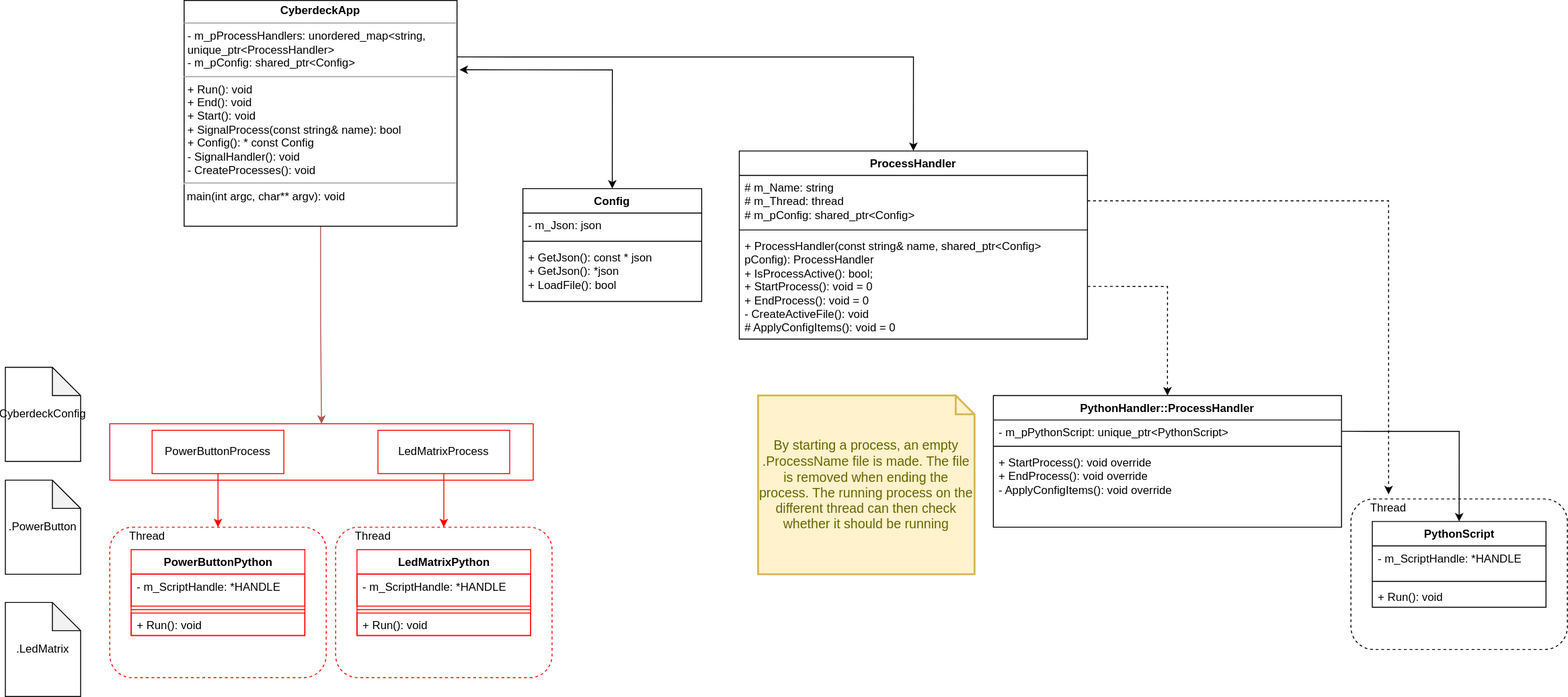
Earlier version of the draw.io export Cyberdeck-UML.drawio.svg (WouterServaes/CyberdeckProject). Source tidied: cells renumbered, new cells last; positions are measured from the earlier drawing's top-left corner, leaving out a move shared by most shapes.
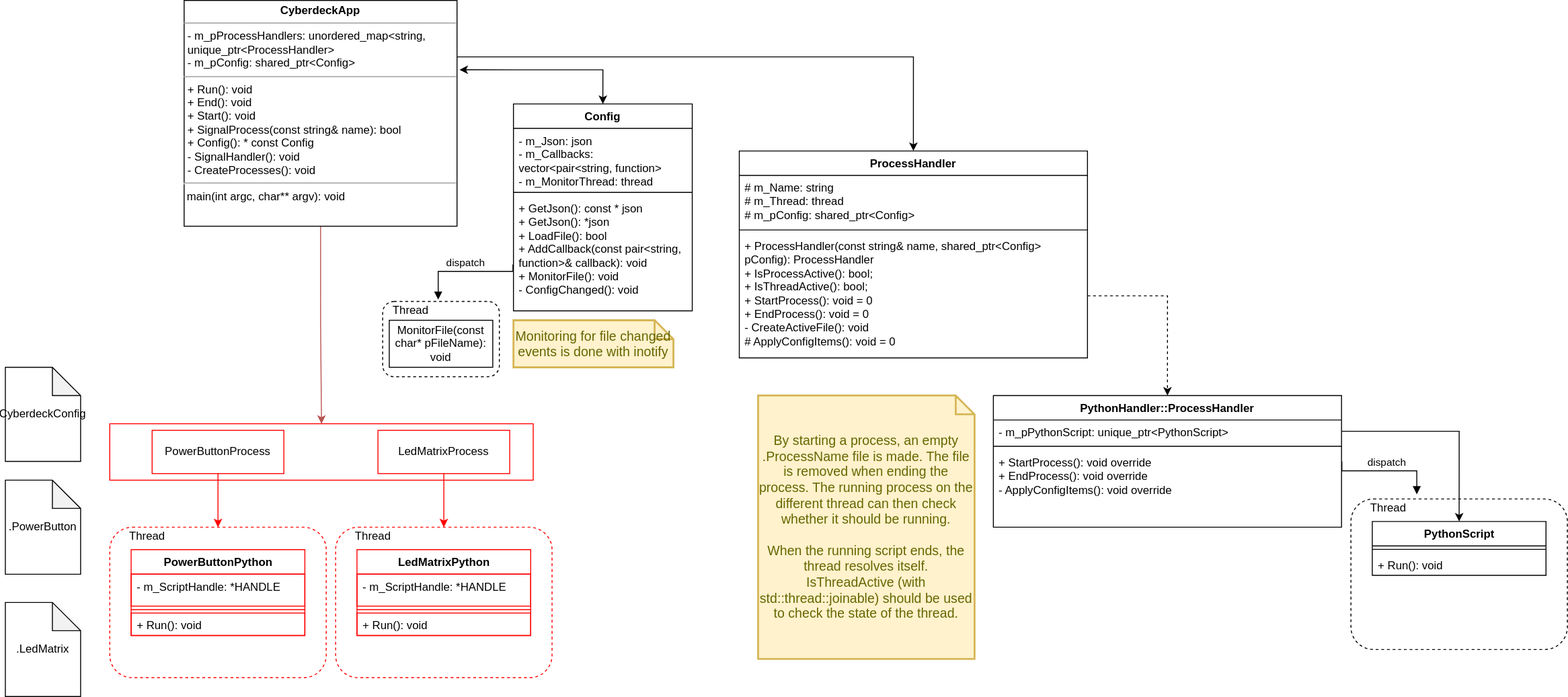
After the commit.

What changed in the source:
```diff
@@ -12,7 +12,7 @@
       <mxGeometry x="190" width="290" height="240" as="geometry" />
     </mxCell>
     <mxCell id="5" value="ProcessHandler" style="swimlane;fontStyle=1;align=center;verticalAlign=top;horizontal=1;startSize=26;whiteSpace=wrap;html=1;" parent="1" vertex="1">
-      <mxGeometry x="780" y="160" width="370" height="200" as="geometry" />
+      <mxGeometry x="780" y="160" width="370" height="220" as="geometry" />
     </mxCell>
     <mxCell id="6" value="&lt;div&gt;# m_Name: string&lt;/div&gt;&lt;div&gt;# m_Thread: thread&lt;/div&gt;&lt;div&gt;# m_pConfig: shared_ptr&amp;lt;Config&amp;gt;&lt;/div&gt;" style="text;strokeColor=none;fillColor=none;align=left;verticalAlign=top;spacingLeft=4;spacingRight=4;overflow=hidden;points=[[0,0.5],[1,0.5]];portConstraint=eastwest;whiteSpace=wrap;html=1;" parent="5" vertex="1">
       <mxGeometry y="26" width="370" height="54" as="geometry" />
@@ -20,23 +20,20 @@
     <mxCell id="7" style="line;strokeWidth=1;fillColor=none;align=left;verticalAlign=middle;spacingTop=-1;spacingLeft=3;spacingRight=3;labelPosition=right;strokeColor=inherit;" parent="5" vertex="1">
       <mxGeometry y="80" width="370" height="8" as="geometry" />
     </mxCell>
-    <mxCell id="8" value="&lt;div&gt;+ ProcessHandler(const string&amp;amp; name, shared_ptr&amp;lt;Config&amp;gt; pConfig): ProcessHandler&lt;/div&gt;&lt;div&gt;+ IsProcessActive(): bool;&lt;br&gt;&lt;/div&gt;&lt;div&gt;+ StartProcess(): void = 0&lt;br&gt;&lt;/div&gt;&lt;div&gt;+ EndProcess(): void = 0&lt;/div&gt;&lt;div&gt;- CreateActiveFile(): void&lt;br&gt;&lt;/div&gt;&lt;div&gt;# ApplyConfigItems(): void = 0&lt;br&gt;&lt;/div&gt;&lt;div&gt;&lt;br&gt;&lt;/div&gt;" style="text;strokeColor=none;fillColor=none;align=left;verticalAlign=top;spacingLeft=4;spacingRight=4;overflow=hidden;points=[[0,0.5],[1,0.5]];portConstraint=eastwest;whiteSpace=wrap;html=1;" parent="5" vertex="1">
-      <mxGeometry y="88" width="370" height="112" as="geometry" />
+    <mxCell id="8" value="&lt;div&gt;+ ProcessHandler(const string&amp;amp; name, shared_ptr&amp;lt;Config&amp;gt; pConfig): ProcessHandler&lt;/div&gt;&lt;div&gt;+ IsProcessActive(): bool;&lt;/div&gt;&lt;div&gt;+ IsThreadActive(): bool;&lt;br&gt;&lt;/div&gt;&lt;div&gt;+ StartProcess(): void = 0&lt;br&gt;&lt;/div&gt;&lt;div&gt;+ EndProcess(): void = 0&lt;/div&gt;&lt;div&gt;- CreateActiveFile(): void&lt;br&gt;&lt;/div&gt;&lt;div&gt;# ApplyConfigItems(): void = 0&lt;br&gt;&lt;/div&gt;&lt;div&gt;&lt;br&gt;&lt;/div&gt;" style="text;strokeColor=none;fillColor=none;align=left;verticalAlign=top;spacingLeft=4;spacingRight=4;overflow=hidden;points=[[0,0.5],[1,0.5]];portConstraint=eastwest;whiteSpace=wrap;html=1;" parent="5" vertex="1">
+      <mxGeometry y="88" width="370" height="132" as="geometry" />
     </mxCell>
     <mxCell id="9" style="rounded=1;whiteSpace=wrap;html=1;fillColor=none;dashed=1;" parent="1" vertex="1">
       <mxGeometry x="1430" y="530" width="230" height="160" as="geometry" />
     </mxCell>
     <mxCell id="10" value="PythonScript" style="swimlane;fontStyle=1;align=center;verticalAlign=top;horizontal=1;startSize=26;whiteSpace=wrap;html=1;" parent="9" vertex="1">
-      <mxGeometry x="22.7" y="23.9" width="184.6" height="91.3" as="geometry" />
+      <mxGeometry x="22.7" y="23.9" width="184.6" height="57.3" as="geometry" />
     </mxCell>
-    <mxCell id="11" value="- m_ScriptHandle: *HANDLE" style="text;strokeColor=none;fillColor=none;align=left;verticalAlign=top;spacingLeft=4;spacingRight=4;overflow=hidden;whiteSpace=wrap;html=1;" parent="10" vertex="1">
-      <mxGeometry y="26" width="184.6" height="34" as="geometry" />
-    </mxCell>
     <mxCell id="12" style="line;strokeWidth=1;fillColor=none;align=left;verticalAlign=middle;spacingTop=-1;spacingLeft=3;spacingRight=3;labelPosition=right;strokeColor=inherit;" parent="10" vertex="1">
-      <mxGeometry y="60" width="184.6" height="7.4" as="geometry" />
+      <mxGeometry y="26" width="184.6" height="7.4" as="geometry" />
     </mxCell>
     <mxCell id="13" value="+ Run(): void" style="text;strokeColor=none;fillColor=none;align=left;verticalAlign=top;spacingLeft=4;spacingRight=4;overflow=hidden;whiteSpace=wrap;html=1;" parent="10" vertex="1">
-      <mxGeometry y="67.4" width="184.6" height="23.9" as="geometry" />
+      <mxGeometry y="33.4" width="184.6" height="23.9" as="geometry" />
     </mxCell>
     <mxCell id="14" value="Thread" style="text;html=1;strokeColor=none;fillColor=none;align=center;verticalAlign=middle;whiteSpace=wrap;rounded=0;" parent="9" vertex="1">
       <mxGeometry x="10" y="-5" width="60" height="30" as="geometry" />
@@ -57,23 +54,20 @@
       <mxGeometry relative="1" as="geometry" />
     </mxCell>
     <mxCell id="20" value="Config" style="swimlane;fontStyle=1;align=center;verticalAlign=top;horizontal=1;startSize=26;whiteSpace=wrap;html=1;" parent="1" vertex="1">
-      <mxGeometry x="550" y="200" width="190" height="120" as="geometry" />
+      <mxGeometry x="540" y="110" width="190" height="220" as="geometry" />
     </mxCell>
-    <mxCell id="21" value="- m_Json: json" style="text;strokeColor=none;fillColor=none;align=left;verticalAlign=top;spacingLeft=4;spacingRight=4;overflow=hidden;whiteSpace=wrap;html=1;" parent="20" vertex="1">
-      <mxGeometry y="26" width="190" height="26" as="geometry" />
+    <mxCell id="21" value="&lt;div&gt;- m_Json: json&lt;/div&gt;&lt;div&gt;- m_Callbacks: vector&amp;lt;pair&amp;lt;string, function&amp;gt;&lt;/div&gt;&lt;div&gt;- m_MonitorThread: thread&lt;br&gt;&lt;/div&gt;" style="text;strokeColor=none;fillColor=none;align=left;verticalAlign=top;spacingLeft=4;spacingRight=4;overflow=hidden;whiteSpace=wrap;html=1;" parent="20" vertex="1">
+      <mxGeometry y="26" width="190" height="64" as="geometry" />
     </mxCell>
     <mxCell id="22" style="line;strokeWidth=1;fillColor=none;align=left;verticalAlign=middle;spacingTop=-1;spacingLeft=3;spacingRight=3;labelPosition=right;strokeColor=inherit;" parent="20" vertex="1">
-      <mxGeometry y="52" width="190" height="8" as="geometry" />
+      <mxGeometry y="90" width="190" height="8" as="geometry" />
     </mxCell>
-    <mxCell id="23" value="&lt;div&gt;+ GetJson(): const * json&lt;/div&gt;&lt;div&gt;+ GetJson(): *json&lt;/div&gt;&lt;div&gt;+ LoadFile(): bool&lt;/div&gt;&lt;div&gt;&lt;br&gt;&lt;/div&gt;&lt;div&gt;&lt;br&gt;&lt;/div&gt;" style="text;strokeColor=none;fillColor=none;align=left;verticalAlign=top;spacingLeft=4;spacingRight=4;overflow=hidden;whiteSpace=wrap;html=1;" parent="20" vertex="1">
-      <mxGeometry y="60" width="190" height="60" as="geometry" />
+    <mxCell id="23" value="&lt;div&gt;+ GetJson(): const * json&lt;/div&gt;&lt;div&gt;+ GetJson(): *json&lt;/div&gt;&lt;div&gt;+ LoadFile(): bool&lt;/div&gt;&lt;div&gt;+ AddCallback(const pair&amp;lt;string, function&amp;gt;&amp;amp; callback): void&lt;/div&gt;&lt;div&gt;+ MonitorFile(): void&lt;br&gt;&lt;/div&gt;&lt;div&gt;- ConfigChanged(): void&lt;br&gt;&lt;/div&gt;&lt;div&gt;&lt;br&gt;&lt;/div&gt;&lt;div&gt;&lt;br&gt;&lt;/div&gt;" style="text;strokeColor=none;fillColor=none;align=left;verticalAlign=top;spacingLeft=4;spacingRight=4;overflow=hidden;whiteSpace=wrap;html=1;" parent="20" vertex="1">
+      <mxGeometry y="98" width="190" height="122" as="geometry" />
     </mxCell>
     <mxCell id="24" style="edgeStyle=orthogonalEdgeStyle;rounded=0;jettySize=auto;html=1;exitX=1;exitY=0.5;exitDx=0;exitDy=0;entryX=0.5;entryY=0;entryDx=0;entryDy=0;dashed=1;" parent="1" edge="1" source="8" target="15">
       <mxGeometry relative="1" as="geometry" />
     </mxCell>
-    <mxCell id="25" style="edgeStyle=orthogonalEdgeStyle;rounded=0;jettySize=auto;html=1;exitX=1;exitY=0.5;exitDx=0;exitDy=0;dashed=1;" parent="1" edge="1" source="6" target="14">
-      <mxGeometry relative="1" as="geometry" />
-    </mxCell>
     <mxCell id="26" style="edgeStyle=orthogonalEdgeStyle;rounded=0;jettySize=auto;html=1;exitX=1;exitY=0.5;exitDx=0;exitDy=0;entryX=0.5;entryY=0;entryDx=0;entryDy=0;" parent="1" edge="1" source="16" target="10">
       <mxGeometry relative="1" as="geometry" />
     </mxCell>
@@ -86,8 +80,8 @@
     <mxCell id="29" value="LedMatrixProcess" style="html=1;whiteSpace=wrap;strokeColor=#ff0000;" parent="27" vertex="1">
       <mxGeometry x="285" y="7" width="140" height="46" as="geometry" />
     </mxCell>
-    <mxCell id="30" value="&lt;div&gt;By starting a process, an empty .ProcessName file is made. The file is removed when ending the process. The running process on the different thread can then check whether it should be running&lt;br&gt;&lt;/div&gt;" style="shape=note;strokeWidth=2;fontSize=14;size=20;whiteSpace=wrap;html=1;fillColor=#fff2cc;strokeColor=#d6b656;fontColor=#666600;" parent="1" vertex="1">
-      <mxGeometry x="800" y="420" width="230" height="190" as="geometry" />
+    <mxCell id="30" value="&lt;div&gt;By starting a process, an empty .ProcessName file is made. The file is removed when ending the process. The running process on the different thread can then check whether it should be running.&lt;/div&gt;&lt;div&gt;&lt;br&gt;&lt;/div&gt;&lt;div&gt;When the running script ends, the thread resolves itself. IsThreadActive (with std::thread::joinable) should be used &lt;br&gt;&lt;/div&gt;to check the state of the thread." style="shape=note;strokeWidth=2;fontSize=14;size=20;whiteSpace=wrap;html=1;fillColor=#fff2cc;strokeColor=#d6b656;fontColor=#666600;" parent="1" vertex="1">
+      <mxGeometry x="800" y="420" width="230" height="280" as="geometry" />
     </mxCell>
     <mxCell id="31" style="rounded=1;whiteSpace=wrap;html=1;fillColor=none;dashed=1;strokeColor=#ff0000;" parent="1" vertex="1">
       <mxGeometry x="111" y="560" width="230" height="160" as="geometry" />
@@ -140,5 +134,33 @@
     <mxCell id="47" value="CyberdeckConfig" style="shape=note;whiteSpace=wrap;html=1;backgroundOutline=1;darkOpacity=0.05;" parent="1" vertex="1">
       <mxGeometry y="390" width="80" height="100" as="geometry" />
     </mxCell>
+    <mxCell id="48" value="dispatch" style="html=1;verticalAlign=bottom;endArrow=block;edgeStyle=elbowEdgeStyle;elbow=vertical;curved=0;rounded=0;exitX=-0.003;exitY=0.612;exitDx=0;exitDy=0;exitPerimeter=0;" parent="1" edge="1">
+      <mxGeometry relative="1" as="geometry">
+        <mxPoint x="539.4" y="280.7" as="sourcePoint" />
+        <mxPoint x="460" y="318" as="targetPoint" />
+        <Array as="points">
+          <mxPoint x="500" y="288" />
+        </Array>
+      </mxGeometry>
+    </mxCell>
+    <mxCell id="49" style="rounded=1;whiteSpace=wrap;html=1;fillColor=none;dashed=1;" parent="1" vertex="1">
+      <mxGeometry x="401" y="320" width="124" height="80" as="geometry" />
+    </mxCell>
+    <mxCell id="50" value="MonitorFile(const char* pFileName): void" style="rounded=0;whiteSpace=wrap;html=1;fillColor=none;" parent="49" vertex="1">
+      <mxGeometry x="7" y="20" width="110" height="50" as="geometry" />
+    </mxCell>
+    <mxCell id="51" value="Thread" style="text;html=1;strokeColor=none;fillColor=none;align=center;verticalAlign=middle;whiteSpace=wrap;rounded=0;" parent="49" vertex="1">
+      <mxGeometry width="60" height="20" as="geometry" />
+    </mxCell>
+    <mxCell id="52" value="dispatch" style="html=1;verticalAlign=bottom;endArrow=block;edgeStyle=elbowEdgeStyle;elbow=vertical;curved=0;rounded=0;exitX=1.001;exitY=0.146;exitDx=0;exitDy=0;exitPerimeter=0;entryX=1;entryY=0;entryDx=0;entryDy=0;" parent="1" edge="1" source="18" target="14">
+      <mxGeometry relative="1" as="geometry">
+        <Array as="points">
+          <mxPoint x="1470" y="500" />
+        </Array>
+      </mxGeometry>
+    </mxCell>
+    <mxCell id="53" value="Monitoring for file changed events is done with inotify" style="shape=note;strokeWidth=2;fontSize=14;size=20;whiteSpace=wrap;html=1;fillColor=#fff2cc;strokeColor=#d6b656;fontColor=#666600;" parent="1" vertex="1">
+      <mxGeometry x="540" y="340" width="170" height="50" as="geometry" />
+    </mxCell>
   </root>
 </mxGraphModel>
```
